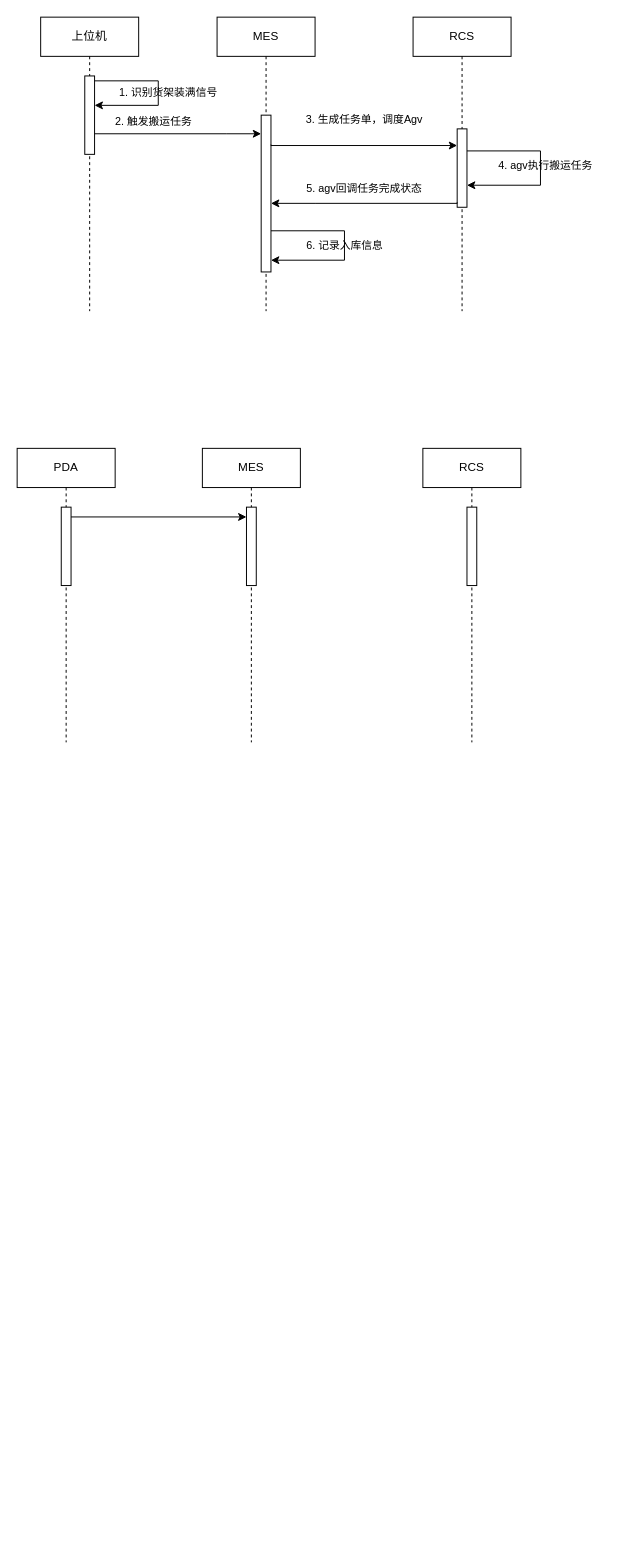
The draw.io diagram 智光软件业务梳理.drawio in lutao0111/-for-draw.io, before the edit. Source tidied: cells renumbered, new cells numbered last; positions are measured from the earlier drawing's top-left corner, leaving out a move shared by most shapes. Both pictures are drawn from the tidied source at 98%, with x=0, y=0 at pixel (17, 17).
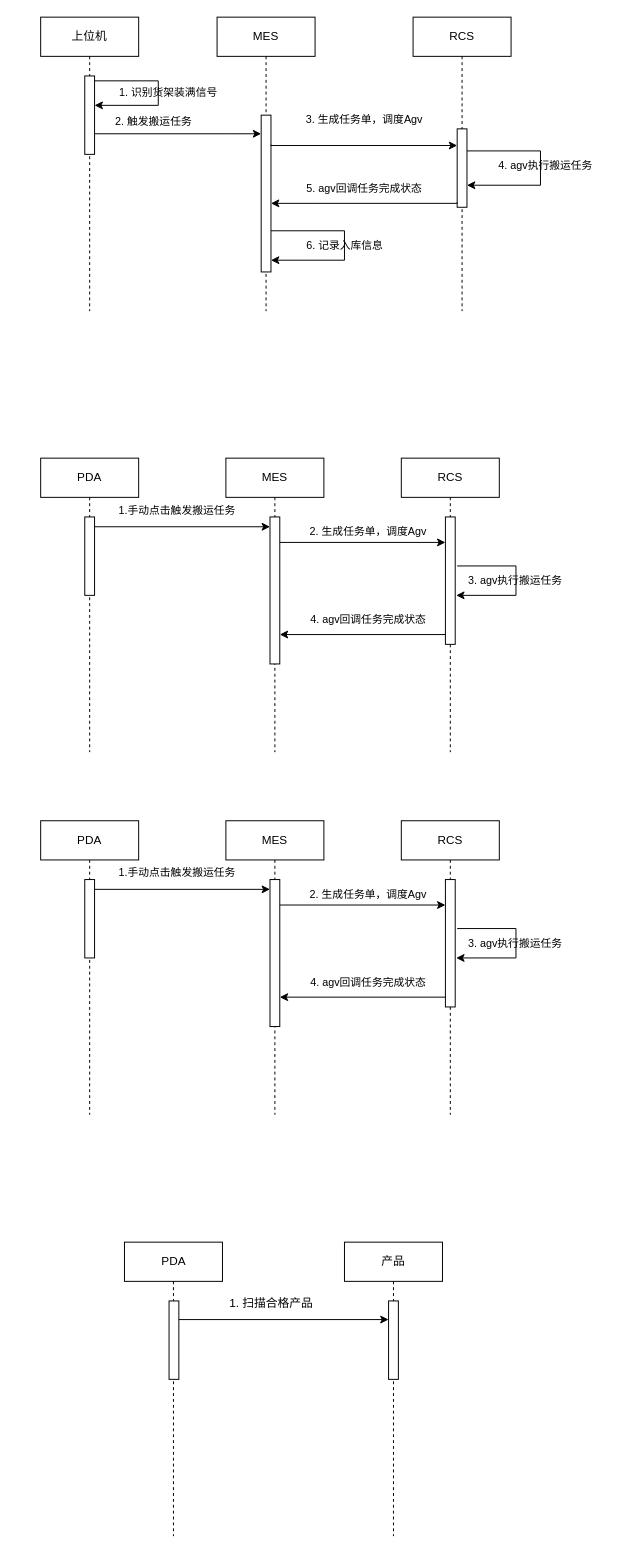
The same page after the edit.

Commit message (it also covers changes not shown here):
更新智光软件业务梳理.drawio

Diff of the diagram source:
```diff
@@
     <mxCell id="19" value="PDA" style="shape=umlLifeline;perimeter=lifelinePerimeter;whiteSpace=wrap;html=1;newEdgeStyle={&quot;curved&quot;:0,&quot;rounded&quot;:0};" parent="1" vertex="1">
-      <mxGeometry y="440" width="100" height="300" as="geometry" />
+      <mxGeometry x="24" y="450" width="100" height="300" as="geometry" />
     </mxCell>
@@
     <mxCell id="21" value="RCS" style="shape=umlLifeline;perimeter=lifelinePerimeter;whiteSpace=wrap;html=1;newEdgeStyle={&quot;curved&quot;:0,&quot;rounded&quot;:0};" parent="1" vertex="1">
-      <mxGeometry x="414" y="440" width="100" height="300" as="geometry" />
+      <mxGeometry x="392" y="450" width="100" height="300" as="geometry" />
     </mxCell>
     <mxCell id="22" style="html=1;perimeter=orthogonalPerimeter;targetShapes=umlLifeline;newEdgeStyle={&quot;curved&quot;:0,&quot;rounded&quot;:0};" parent="21" vertex="1">
-      <mxGeometry x="45" y="60" width="10" height="80" as="geometry" />
+      <mxGeometry x="45" y="60" width="10" height="130" as="geometry" />
     </mxCell>
     <mxCell id="23" value="MES" style="shape=umlLifeline;perimeter=lifelinePerimeter;whiteSpace=wrap;html=1;newEdgeStyle={&quot;curved&quot;:0,&quot;rounded&quot;:0};" parent="1" vertex="1">
-      <mxGeometry x="189" y="440" width="100" height="300" as="geometry" />
+      <mxGeometry x="213" y="450" width="100" height="300" as="geometry" />
     </mxCell>
     <mxCell id="24" style="html=1;perimeter=orthogonalPerimeter;targetShapes=umlLifeline;newEdgeStyle={&quot;curved&quot;:0,&quot;rounded&quot;:0};" parent="23" vertex="1">
-      <mxGeometry x="45" y="60" width="10" height="80" as="geometry" />
+      <mxGeometry x="45" y="60" width="10" height="150" as="geometry" />
     </mxCell>
@@
     <mxCell id="27" style="edgeStyle=orthogonalEdgeStyle;rounded=0;orthogonalLoop=1;jettySize=auto;html=1;curved=0;exitX=1;exitY=0;exitDx=0;exitDy=5;exitPerimeter=0;entryX=0;entryY=0;entryDx=0;entryDy=5;entryPerimeter=0;" parent="1" edge="1">
       <mxGeometry relative="1" as="geometry">
-        <mxPoint x="55" y="510" as="sourcePoint" />
-        <mxPoint x="234" y="510" as="targetPoint" />
+        <mxPoint x="79" y="520" as="sourcePoint" />
+        <mxPoint x="258" y="520" as="targetPoint" />
       </mxGeometry>
     </mxCell>
+    <mxCell id="28" style="edgeStyle=orthogonalEdgeStyle;rounded=0;orthogonalLoop=1;jettySize=auto;html=1;curved=0;exitX=1;exitY=0;exitDx=0;exitDy=5;exitPerimeter=0;entryX=0;entryY=0;entryDx=0;entryDy=5;entryPerimeter=0;" parent="1" edge="1">
+      <mxGeometry relative="1" as="geometry">
+        <mxPoint x="268" y="536" as="sourcePoint" />
+        <mxPoint x="437" y="536" as="targetPoint" />
+      </mxGeometry>
+    </mxCell>
+    <mxCell id="29" value="1.手动点击触发搬运任务" style="text;html=1;align=center;verticalAlign=middle;strokeColor=none;fillColor=none;fontSize=11;" parent="1" vertex="1">
+      <mxGeometry x="93" y="488" width="140" height="30" as="geometry" />
+    </mxCell>
+    <mxCell id="30" style="text;html=1;align=center;verticalAlign=middle;strokeColor=none;fillColor=none;" parent="1" vertex="1">
+      <mxGeometry x="328" y="498" width="20" height="30" as="geometry" />
+    </mxCell>
+    <mxCell id="31" value="&lt;font style=&quot;font-size: 11px;&quot;&gt;2. 生成任务单，调度Agv&lt;/font&gt;" style="text;html=1;align=center;verticalAlign=middle;strokeColor=none;fillColor=none;fontSize=11;" parent="1" vertex="1">
+      <mxGeometry x="288" y="510" width="140" height="30" as="geometry" />
+    </mxCell>
+    <mxCell id="32" style="edgeStyle=orthogonalEdgeStyle;rounded=0;orthogonalLoop=1;jettySize=auto;html=1;curved=0;exitX=1;exitY=0;exitDx=0;exitDy=5;exitPerimeter=0;" parent="1" edge="1">
+      <mxGeometry relative="1" as="geometry">
+        <mxPoint x="449" y="560" as="sourcePoint" />
+        <mxPoint x="448" y="590" as="targetPoint" />
+        <Array as="points">
+          <mxPoint x="509" y="560" />
+          <mxPoint x="509" y="590" />
+        </Array>
+      </mxGeometry>
+    </mxCell>
+    <mxCell id="33" value="3. agv执行搬运任务" style="text;html=1;align=center;verticalAlign=middle;strokeColor=none;fillColor=none;fontSize=11;" parent="1" vertex="1">
+      <mxGeometry x="448" y="560" width="120" height="30" as="geometry" />
+    </mxCell>
+    <mxCell id="34" style="edgeStyle=orthogonalEdgeStyle;rounded=0;orthogonalLoop=1;jettySize=auto;html=1;curved=0;exitX=0;exitY=1;exitDx=0;exitDy=-5;exitPerimeter=0;" parent="1" edge="1">
+      <mxGeometry relative="1" as="geometry">
+        <mxPoint x="437" y="630" as="sourcePoint" />
+        <mxPoint x="268" y="630" as="targetPoint" />
+        <Array as="points">
+          <mxPoint x="308" y="630" />
+          <mxPoint x="308" y="630" />
+        </Array>
+      </mxGeometry>
+    </mxCell>
+    <mxCell id="35" value="&lt;span style=&quot;font-size: 11px;&quot;&gt;4. agv回调任务完成状态&lt;/span&gt;" style="text;html=1;align=center;verticalAlign=middle;strokeColor=none;fillColor=none;fontSize=11;" parent="1" vertex="1">
+      <mxGeometry x="288" y="600" width="140" height="30" as="geometry" />
+    </mxCell>
+    <mxCell id="36" value="PDA" style="shape=umlLifeline;perimeter=lifelinePerimeter;whiteSpace=wrap;html=1;newEdgeStyle={&quot;curved&quot;:0,&quot;rounded&quot;:0};" parent="1" vertex="1">
+      <mxGeometry x="24" y="820" width="100" height="300" as="geometry" />
+    </mxCell>
+    <mxCell id="37" style="html=1;perimeter=orthogonalPerimeter;targetShapes=umlLifeline;newEdgeStyle={&quot;curved&quot;:0,&quot;rounded&quot;:0};" parent="36" vertex="1">
+      <mxGeometry x="45" y="60" width="10" height="80" as="geometry" />
+    </mxCell>
+    <mxCell id="38" value="RCS" style="shape=umlLifeline;perimeter=lifelinePerimeter;whiteSpace=wrap;html=1;newEdgeStyle={&quot;curved&quot;:0,&quot;rounded&quot;:0};" parent="1" vertex="1">
+      <mxGeometry x="392" y="820" width="100" height="300" as="geometry" />
+    </mxCell>
+    <mxCell id="39" style="html=1;perimeter=orthogonalPerimeter;targetShapes=umlLifeline;newEdgeStyle={&quot;curved&quot;:0,&quot;rounded&quot;:0};" parent="38" vertex="1">
+      <mxGeometry x="45" y="60" width="10" height="130" as="geometry" />
+    </mxCell>
+    <mxCell id="40" value="MES" style="shape=umlLifeline;perimeter=lifelinePerimeter;whiteSpace=wrap;html=1;newEdgeStyle={&quot;curved&quot;:0,&quot;rounded&quot;:0};" parent="1" vertex="1">
+      <mxGeometry x="213" y="820" width="100" height="300" as="geometry" />
+    </mxCell>
+    <mxCell id="41" style="html=1;perimeter=orthogonalPerimeter;targetShapes=umlLifeline;newEdgeStyle={&quot;curved&quot;:0,&quot;rounded&quot;:0};" parent="40" vertex="1">
+      <mxGeometry x="45" y="60" width="10" height="150" as="geometry" />
+    </mxCell>
+    <mxCell id="42" style="edgeStyle=orthogonalEdgeStyle;rounded=0;orthogonalLoop=1;jettySize=auto;html=1;curved=0;exitX=1;exitY=0;exitDx=0;exitDy=5;exitPerimeter=0;entryX=0;entryY=0;entryDx=0;entryDy=5;entryPerimeter=0;" parent="1" edge="1">
+      <mxGeometry relative="1" as="geometry">
+        <mxPoint x="79" y="890" as="sourcePoint" />
+        <mxPoint x="258" y="890" as="targetPoint" />
+      </mxGeometry>
+    </mxCell>
+    <mxCell id="43" style="edgeStyle=orthogonalEdgeStyle;rounded=0;orthogonalLoop=1;jettySize=auto;html=1;curved=0;exitX=1;exitY=0;exitDx=0;exitDy=5;exitPerimeter=0;entryX=0;entryY=0;entryDx=0;entryDy=5;entryPerimeter=0;" parent="1" edge="1">
+      <mxGeometry relative="1" as="geometry">
+        <mxPoint x="268" y="906" as="sourcePoint" />
+        <mxPoint x="437" y="906" as="targetPoint" />
+      </mxGeometry>
+    </mxCell>
+    <mxCell id="44" value="1.手动点击触发搬运任务" style="text;html=1;align=center;verticalAlign=middle;strokeColor=none;fillColor=none;fontSize=11;" parent="1" vertex="1">
+      <mxGeometry x="93" y="858" width="140" height="30" as="geometry" />
+    </mxCell>
+    <mxCell id="45" style="text;html=1;align=center;verticalAlign=middle;strokeColor=none;fillColor=none;" parent="1" vertex="1">
+      <mxGeometry x="328" y="868" width="20" height="30" as="geometry" />
+    </mxCell>
+    <mxCell id="46" value="&lt;font style=&quot;font-size: 11px;&quot;&gt;2. 生成任务单，调度Agv&lt;/font&gt;" style="text;html=1;align=center;verticalAlign=middle;strokeColor=none;fillColor=none;fontSize=11;" parent="1" vertex="1">
+      <mxGeometry x="288" y="880" width="140" height="30" as="geometry" />
+    </mxCell>
+    <mxCell id="47" style="edgeStyle=orthogonalEdgeStyle;rounded=0;orthogonalLoop=1;jettySize=auto;html=1;curved=0;exitX=1;exitY=0;exitDx=0;exitDy=5;exitPerimeter=0;" parent="1" edge="1">
+      <mxGeometry relative="1" as="geometry">
+        <mxPoint x="449" y="930" as="sourcePoint" />
+        <mxPoint x="448" y="960" as="targetPoint" />
+        <Array as="points">
+          <mxPoint x="509" y="930" />
+          <mxPoint x="509" y="960" />
+        </Array>
+      </mxGeometry>
+    </mxCell>
+    <mxCell id="48" value="3. agv执行搬运任务" style="text;html=1;align=center;verticalAlign=middle;strokeColor=none;fillColor=none;fontSize=11;" parent="1" vertex="1">
+      <mxGeometry x="448" y="930" width="120" height="30" as="geometry" />
+    </mxCell>
+    <mxCell id="49" style="edgeStyle=orthogonalEdgeStyle;rounded=0;orthogonalLoop=1;jettySize=auto;html=1;curved=0;exitX=0;exitY=1;exitDx=0;exitDy=-5;exitPerimeter=0;" parent="1" edge="1">
+      <mxGeometry relative="1" as="geometry">
+        <mxPoint x="437" y="1000" as="sourcePoint" />
+        <mxPoint x="268" y="1000" as="targetPoint" />
+        <Array as="points">
+          <mxPoint x="308" y="1000" />
+          <mxPoint x="308" y="1000" />
+        </Array>
+      </mxGeometry>
+    </mxCell>
+    <mxCell id="50" value="&lt;span style=&quot;font-size: 11px;&quot;&gt;4. agv回调任务完成状态&lt;/span&gt;" style="text;html=1;align=center;verticalAlign=middle;strokeColor=none;fillColor=none;fontSize=11;" parent="1" vertex="1">
+      <mxGeometry x="288" y="970" width="140" height="30" as="geometry" />
+    </mxCell>
+    <mxCell id="51" value="PDA" style="shape=umlLifeline;perimeter=lifelinePerimeter;whiteSpace=wrap;html=1;newEdgeStyle={&quot;curved&quot;:0,&quot;rounded&quot;:0};" parent="1" vertex="1">
+      <mxGeometry x="109.5" y="1250" width="100" height="300" as="geometry" />
+    </mxCell>
+    <mxCell id="52" style="html=1;perimeter=orthogonalPerimeter;targetShapes=umlLifeline;newEdgeStyle={&quot;curved&quot;:0,&quot;rounded&quot;:0};" parent="51" vertex="1">
+      <mxGeometry x="45.5" y="60" width="10" height="80" as="geometry" />
+    </mxCell>
+    <mxCell id="53" value="产品" style="shape=umlLifeline;perimeter=lifelinePerimeter;whiteSpace=wrap;html=1;newEdgeStyle={&quot;curved&quot;:0,&quot;rounded&quot;:0};" parent="1" vertex="1">
+      <mxGeometry x="334" y="1250" width="100" height="300" as="geometry" />
+    </mxCell>
+    <mxCell id="54" style="html=1;perimeter=orthogonalPerimeter;targetShapes=umlLifeline;newEdgeStyle={&quot;curved&quot;:0,&quot;rounded&quot;:0};" parent="53" vertex="1">
+      <mxGeometry x="45" y="60" width="10" height="80" as="geometry" />
+    </mxCell>
+    <mxCell id="55" style="edgeStyle=orthogonalEdgeStyle;rounded=0;orthogonalLoop=1;jettySize=auto;html=1;curved=0;exitX=1;exitY=0;exitDx=0;exitDy=5;exitPerimeter=0;entryX=0;entryY=0;entryDx=0;entryDy=5;entryPerimeter=0;" parent="1" edge="1">
+      <mxGeometry relative="1" as="geometry">
+        <mxPoint x="165" y="1329" as="sourcePoint" />
+        <mxPoint x="379" y="1329" as="targetPoint" />
+      </mxGeometry>
+    </mxCell>
+    <mxCell id="56" value="1. 扫描合格产品" style="text;html=1;align=center;verticalAlign=middle;strokeColor=none;fillColor=none;" parent="1" vertex="1">
+      <mxGeometry x="204" y="1298" width="110" height="30" as="geometry" />
+    </mxCell>
```
